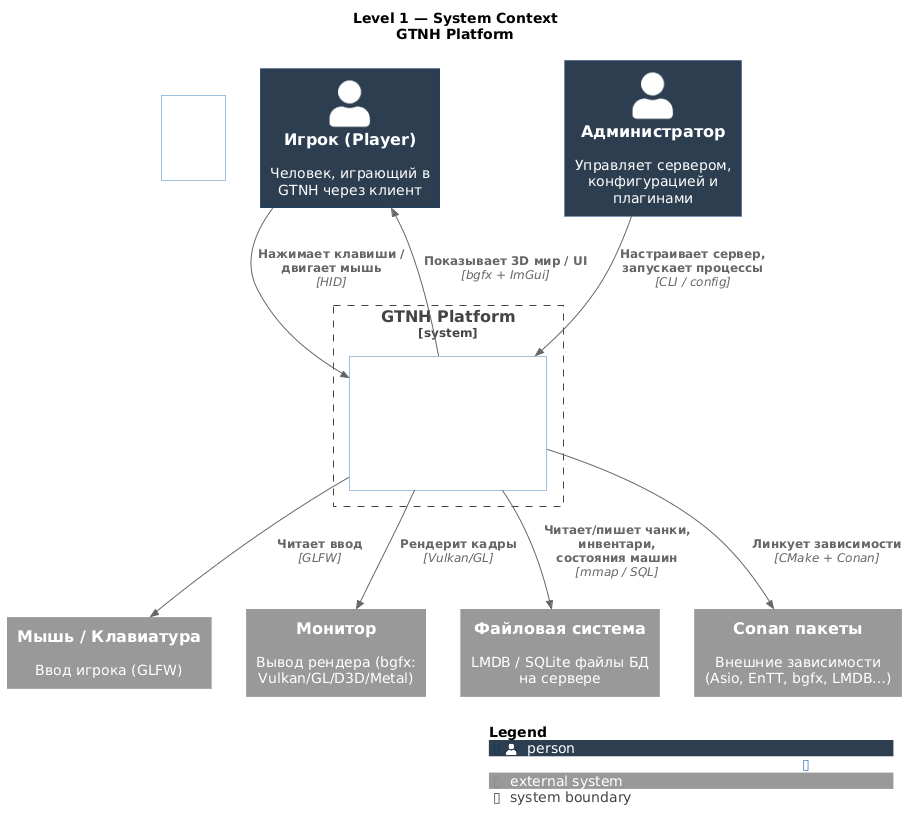
lexasub/gtnh-platform keeps this PlantUML diagram as doc/c4/GTNH-Platform-System-Context-level1.png. Above is the earlier version. Its diagram source:
```plantuml
@startuml GTNH-Platform-System-Context-level1
!include _common.puml

LAYOUT_TOP_DOWN()
LAYOUT_WITH_LEGEND()

title **Level 1 — System Context**\nGTNH Platform

Person(player, "Игрок (Player)", "Человек, играющий в GTNH через клиент")
Person(admin, "Администратор", "Управляет сервером, конфигурацией и плагинами")

System_Boundary(gtnh, "GTNH Platform") {
    Container(platform, "GTNH Platform", "C++ / Go / FlatBuffers / TCP", "Распределённая Minecraft-платформа\n9 микросервисов + игровой клиент")
}

System_Ext(mouse_kbd, "Мышь / Клавиатура", "Ввод игрока (GLFW)")
System_Ext(display, "Монитор", "Вывод рендера (bgfx: Vulkan/GL/D3D/Metal)")
System_Ext(filesystem, "Файловая система", "LMDB / SQLite файлы БД\nна сервере")
System_Ext(conan, "Conan пакеты", "Внешние зависимости\n(Asio, EnTT, bgfx, LMDB…)")

Rel(player, platform, "Нажимает клавиши / двигает мышь", "HID")
Rel(platform, player, "Показывает 3D мир / UI", "bgfx + ImGui")
Rel(platform, display, "Рендерит кадры", "Vulkan/GL")
Rel(platform, mouse_kbd, "Читает ввод", "GLFW")

Rel(admin, platform, "Настраивает сервер,\nзапускает процессы", "CLI / config")

Rel(platform, filesystem, "Читает/пишет чанки, инвентари,\nсостояния машин", "mmap / SQL")
Rel(platform, conan, "Линкует зависимости", "CMake + Conan")

SHOW_LEGEND()
@enduml
```
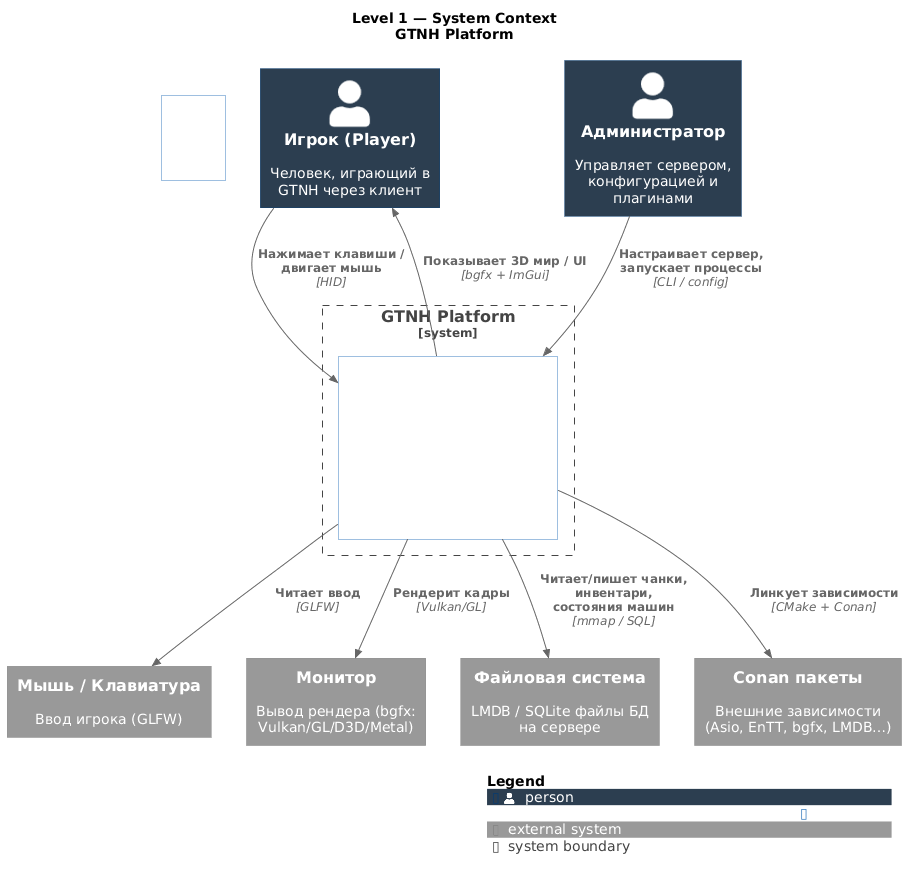
Later version of the same file.

What changed in the source:
```diff
@@ -10,7 +10,7 @@
 Person(admin, "Администратор", "Управляет сервером, конфигурацией и плагинами")
 
 System_Boundary(gtnh, "GTNH Platform") {
-    Container(platform, "GTNH Platform", "C++ / Go / FlatBuffers / TCP", "Распределённая Minecraft-платформа\n9 микросервисов + игровой клиент")
+    Container(platform, "GTNH Platform", "C++ / Go / FlatBuffers / TCP", "Распределённая Minecraft-платформа\n8 запускаемых сервисов + библиотеки + игровой клиент\n(13 каталогов src/services/, см. level2)")
 }
 
 System_Ext(mouse_kbd, "Мышь / Клавиатура", "Ввод игрока (GLFW)")
```
